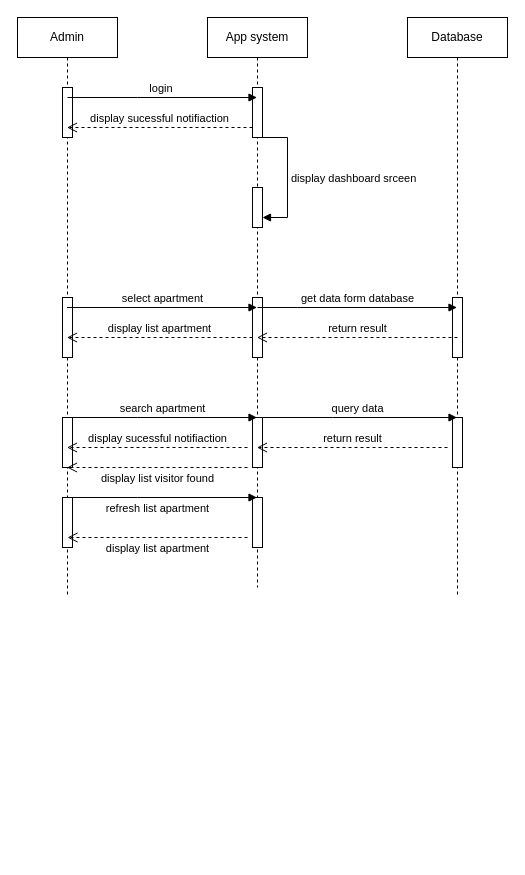
Above: page "Page-3" (3 of 4) of diagram/Sequence Diagram 3.drawio in duongminhthanh/app_system_management_visitor_for_old_aparment (draw.io), before the change. Source tidied: cells renumbered, new cells numbered last; positions are measured from the earlier drawing's top-left corner, leaving out a move shared by most shapes. Both pictures are drawn from the tidied source at 100%, with x=0, y=0 at pixel (17, 17).
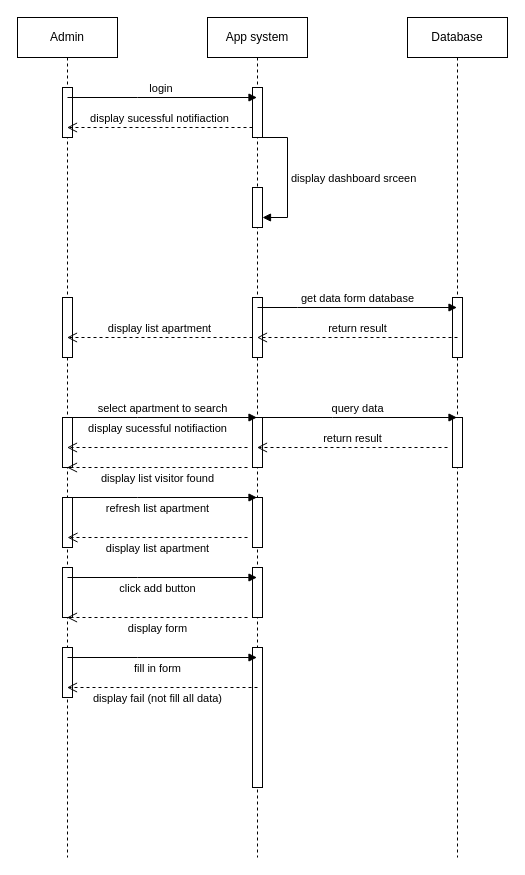
Above is the later version.

Change to the diagram source:
```diff
@@
     <mxCell id="2" value="Admin" style="shape=umlLifeline;perimeter=lifelinePerimeter;whiteSpace=wrap;html=1;outlineConnect=0;portConstraint=eastwest;newEdgeStyle={&quot;edgeStyle&quot;:&quot;elbowEdgeStyle&quot;,&quot;elbow&quot;:&quot;vertical&quot;,&quot;curved&quot;:0,&quot;rounded&quot;:0};" parent="1" vertex="1">
-      <mxGeometry width="100" height="580" as="geometry" />
+      <mxGeometry width="100" height="840" as="geometry" />
     </mxCell>
@@
+    <mxCell id="30" style="html=1;perimeter=orthogonalPerimeter;targetShapes=umlLifeline;newEdgeStyle={&quot;edgeStyle&quot;:&quot;elbowEdgeStyle&quot;,&quot;elbow&quot;:&quot;vertical&quot;,&quot;curved&quot;:0,&quot;rounded&quot;:0};" parent="2" vertex="1">
+      <mxGeometry x="45" y="550" width="10" height="50" as="geometry" />
+    </mxCell>
+    <mxCell id="31" style="html=1;perimeter=orthogonalPerimeter;targetShapes=umlLifeline;newEdgeStyle={&quot;edgeStyle&quot;:&quot;elbowEdgeStyle&quot;,&quot;elbow&quot;:&quot;vertical&quot;,&quot;curved&quot;:0,&quot;rounded&quot;:0};" parent="2" vertex="1">
+      <mxGeometry x="45" y="630" width="10" height="50" as="geometry" />
+    </mxCell>
     <mxCell id="7" value="App system" style="shape=umlLifeline;perimeter=lifelinePerimeter;whiteSpace=wrap;html=1;outlineConnect=0;portConstraint=eastwest;newEdgeStyle={&quot;edgeStyle&quot;:&quot;elbowEdgeStyle&quot;,&quot;elbow&quot;:&quot;vertical&quot;,&quot;curved&quot;:0,&quot;rounded&quot;:0};" parent="1" vertex="1">
-      <mxGeometry x="190" width="100" height="570" as="geometry" />
+      <mxGeometry x="190" width="100" height="840" as="geometry" />
     </mxCell>
@@
+    <mxCell id="32" style="html=1;perimeter=orthogonalPerimeter;targetShapes=umlLifeline;newEdgeStyle={&quot;edgeStyle&quot;:&quot;elbowEdgeStyle&quot;,&quot;elbow&quot;:&quot;vertical&quot;,&quot;curved&quot;:0,&quot;rounded&quot;:0};" parent="7" vertex="1">
+      <mxGeometry x="45" y="550" width="10" height="50" as="geometry" />
+    </mxCell>
+    <mxCell id="33" style="html=1;perimeter=orthogonalPerimeter;targetShapes=umlLifeline;newEdgeStyle={&quot;edgeStyle&quot;:&quot;elbowEdgeStyle&quot;,&quot;elbow&quot;:&quot;vertical&quot;,&quot;curved&quot;:0,&quot;rounded&quot;:0};" parent="7" vertex="1">
+      <mxGeometry x="45" y="630" width="10" height="140" as="geometry" />
+    </mxCell>
     <mxCell id="14" value="Database" style="shape=umlLifeline;perimeter=lifelinePerimeter;whiteSpace=wrap;html=1;outlineConnect=0;portConstraint=eastwest;newEdgeStyle={&quot;edgeStyle&quot;:&quot;elbowEdgeStyle&quot;,&quot;elbow&quot;:&quot;vertical&quot;,&quot;curved&quot;:0,&quot;rounded&quot;:0};" parent="1" vertex="1">
-      <mxGeometry x="390" width="100" height="580" as="geometry" />
+      <mxGeometry x="390" width="100" height="840" as="geometry" />
     </mxCell>
@@
-    <mxCell id="19" value="select apartment" style="html=1;verticalAlign=bottom;endArrow=block;edgeStyle=elbowEdgeStyle;elbow=vertical;curved=0;rounded=0;" parent="1" edge="1" source="2" target="7">
-      <mxGeometry relative="1" as="geometry">
-        <Array as="points">
-          <mxPoint x="90" y="320" />
-        </Array>
-      </mxGeometry>
-    </mxCell>
@@
-    <mxCell id="23" value="search apartment" style="html=1;verticalAlign=bottom;endArrow=block;edgeStyle=elbowEdgeStyle;elbow=vertical;curved=0;rounded=0;" parent="1" edge="1" target="7">
+    <mxCell id="23" value="select apartment to search" style="html=1;verticalAlign=bottom;endArrow=block;edgeStyle=elbowEdgeStyle;elbow=vertical;curved=0;rounded=0;" parent="1" edge="1" target="7">
       <mxGeometry relative="1" as="geometry">
         <mxPoint x="50" y="400" as="sourcePoint" />
       </mxGeometry>
     </mxCell>
@@
     <mxCell id="26" value="display sucessful notifiaction" style="html=1;verticalAlign=bottom;endArrow=open;dashed=1;endSize=8;edgeStyle=elbowEdgeStyle;elbow=vertical;curved=0;rounded=0;" parent="1" edge="1" target="2">
-      <mxGeometry relative="1" as="geometry">
+      <mxGeometry y="-10" relative="1" as="geometry">
         <mxPoint x="230" y="430" as="sourcePoint" />
+        <Array as="points">
+          <mxPoint x="150" y="430" />
+        </Array>
       </mxGeometry>
     </mxCell>
@@
+    <mxCell id="34" value="click add button" style="html=1;verticalAlign=bottom;endArrow=block;edgeStyle=elbowEdgeStyle;elbow=vertical;curved=0;rounded=0;" parent="1" edge="1" target="7">
+      <mxGeometry x="-0.05" y="-20" relative="1" as="geometry">
+        <mxPoint x="50" y="560" as="sourcePoint" />
+      </mxGeometry>
+    </mxCell>
+    <mxCell id="35" value="display form" style="html=1;verticalAlign=bottom;endArrow=open;dashed=1;endSize=8;edgeStyle=elbowEdgeStyle;elbow=vertical;curved=0;rounded=0;" parent="1" edge="1" target="2">
+      <mxGeometry y="20" relative="1" as="geometry">
+        <mxPoint x="230" y="600" as="sourcePoint" />
+      </mxGeometry>
+    </mxCell>
+    <mxCell id="36" value="fill in form" style="html=1;verticalAlign=bottom;endArrow=block;edgeStyle=elbowEdgeStyle;elbow=vertical;curved=0;rounded=0;" parent="1" edge="1" target="7">
+      <mxGeometry x="-0.05" y="-20" relative="1" as="geometry">
+        <mxPoint x="50" y="640" as="sourcePoint" />
+      </mxGeometry>
+    </mxCell>
+    <mxCell id="37" value="display fail (not fill all data)" style="html=1;verticalAlign=bottom;endArrow=open;dashed=1;endSize=8;edgeStyle=elbowEdgeStyle;elbow=vertical;curved=0;rounded=0;" parent="1" edge="1" target="2">
+      <mxGeometry x="0.05" y="20" relative="1" as="geometry">
+        <mxPoint x="240" y="670" as="sourcePoint" />
+      </mxGeometry>
+    </mxCell>
```
